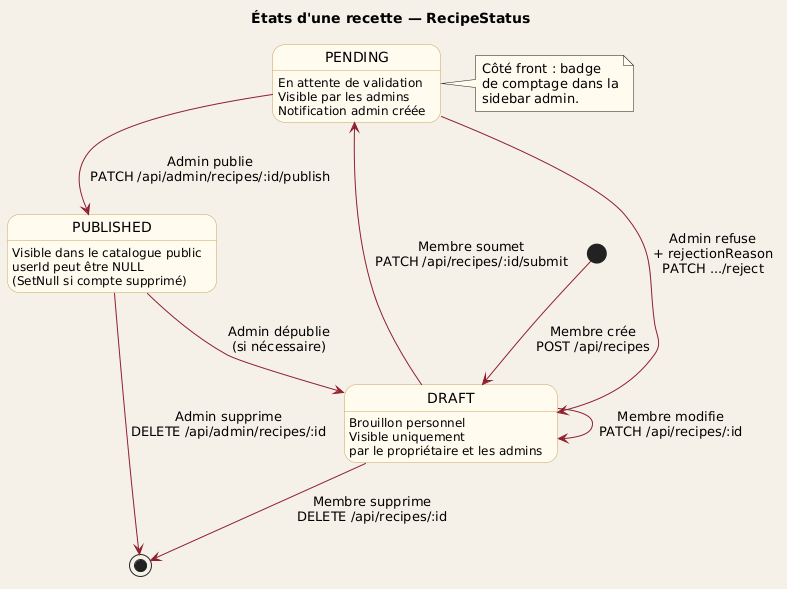
Earlier version of the PlantUML export Schemas/PNG/diagramme-etats-RecipeStatus.png (Nathalie-Leduc/cines-delices-docs). The source it was exported from:
```plantuml
@startuml
skinparam backgroundColor #F6F1E8
skinparam stateBackgroundColor #FFFBEF
skinparam stateBorderColor #C9A45C
skinparam arrowColor #8E1F2F
skinparam noteBackgroundColor #FFFBEF
title États d'une recette — RecipeStatus

[*] --> DRAFT : Membre crée\nPOST /api/recipes

state DRAFT {
  DRAFT : Brouillon personnel
  DRAFT : Visible uniquement\npar le propriétaire et les admins
}
state PENDING {
  PENDING : En attente de validation
  PENDING : Visible par les admins
  PENDING : Notification admin créée
}
state PUBLISHED {
  PUBLISHED : Visible dans le catalogue public
  PUBLISHED : userId peut être NULL\n(SetNull si compte supprimé)
}

DRAFT --> DRAFT     : Membre modifie\nPATCH /api/recipes/:id
DRAFT --> PENDING   : Membre soumet\nPATCH /api/recipes/:id/submit
PENDING --> PUBLISHED : Admin publie\nPATCH /api/admin/recipes/:id/publish
PENDING --> DRAFT   : Admin refuse\n+ rejectionReason\nPATCH .../reject
PUBLISHED --> DRAFT : Admin dépublie\n(si nécessaire)
DRAFT --> [*]       : Membre supprime\nDELETE /api/recipes/:id
PUBLISHED --> [*]   : Admin supprime\nDELETE /api/admin/recipes/:id

note right of PENDING
  Côté front : badge
  de comptage dans la
  sidebar admin.
end note
@enduml
```
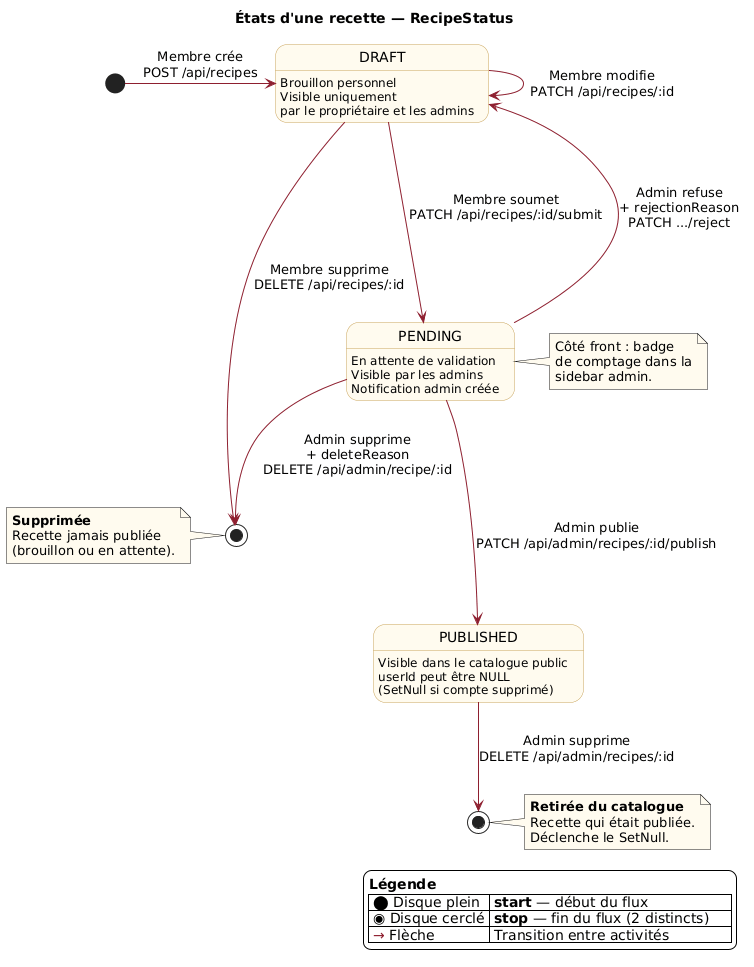
Later version of the same file.

Change to the diagram source:
```diff
@@ -1,12 +1,12 @@
 @startuml
-skinparam backgroundColor #F6F1E8
+skinparam backgroundColor #FFFFFF
 skinparam stateBackgroundColor #FFFBEF
 skinparam stateBorderColor #C9A45C
 skinparam arrowColor #8E1F2F
 skinparam noteBackgroundColor #FFFBEF
 title États d'une recette — RecipeStatus
 
-[*] --> DRAFT : Membre crée\nPOST /api/recipes
+[*] -> DRAFT : Membre crée\nPOST /api/recipes
 
 state DRAFT {
   DRAFT : Brouillon personnel
@@ -22,17 +22,40 @@
   PUBLISHED : userId peut être NULL\n(SetNull si compte supprimé)
 }
 
-DRAFT --> DRAFT     : Membre modifie\nPATCH /api/recipes/:id
-DRAFT --> PENDING   : Membre soumet\nPATCH /api/recipes/:id/submit
-PENDING --> PUBLISHED : Admin publie\nPATCH /api/admin/recipes/:id/publish
-PENDING --> DRAFT   : Admin refuse\n+ rejectionReason\nPATCH .../reject
-PUBLISHED --> DRAFT : Admin dépublie\n(si nécessaire)
-DRAFT --> [*]       : Membre supprime\nDELETE /api/recipes/:id
-PUBLISHED --> [*]   : Admin supprime\nDELETE /api/admin/recipes/:id
+state "Supprimée" as DELETED <<end>>
+state "Retirée du catalogue" as UNPUBLISHED <<end>>
+
+note left of DELETED
+  <b>Supprimée</b>
+  Recette jamais publiée
+  (brouillon ou en attente).
+end note
+note right of UNPUBLISHED
+  <b>Retirée du catalogue</b>
+  Recette qui était publiée.
+  Déclenche le SetNull.
+end note
+
+DRAFT --> DRAFT       : Membre modifie\nPATCH /api/recipes/:id
+DRAFT ---> PENDING    : Membre soumet\nPATCH /api/recipes/:id/submit
+PENDING --> DRAFT     : Admin refuse\n+ rejectionReason\nPATCH .../reject
+PENDING ---> PUBLISHED : Admin publie\nPATCH /api/admin/recipes/:id/publish
+
+DRAFT --> DELETED     : Membre supprime\nDELETE /api/recipes/:id
+PENDING --> DELETED   : Admin supprime\n+ deleteReason\nDELETE /api/admin/recipe/:id
+
+PUBLISHED --> UNPUBLISHED : Admin supprime\nDELETE /api/admin/recipes/:id
 
 note right of PENDING
   Côté front : badge
   de comptage dans la
   sidebar admin.
 end note
+
+legend right
+  <b>Légende</b>
+  | <color:#000000>⬤</color> Disque plein  | <b>start</b> — début du flux            |
+  | <color:#000000>◉</color> Disque cerclé | <b>stop</b> — fin du flux (2 distincts) |
+  | <color:#8E1F2F>→</color> Flèche        | Transition entre activités              |
+endlegend
 @enduml
```
